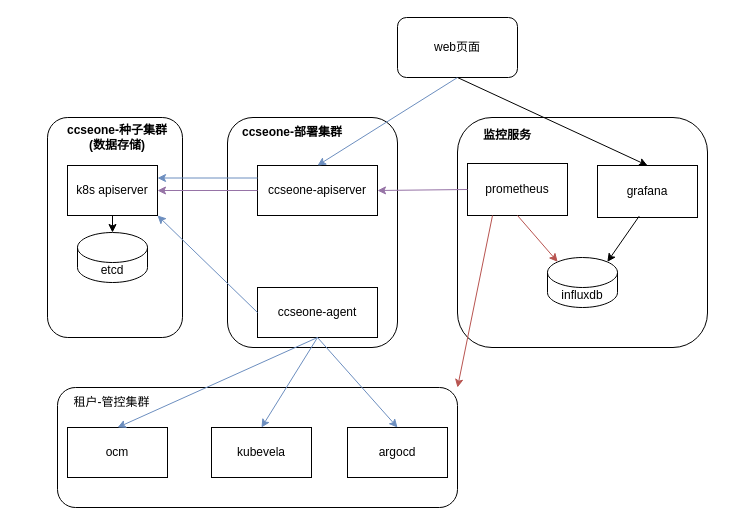
Tiny-VS-Lina/ccse keeps this draw.io diagram as page "监控" (6 of 8) of drawio/zz.drawio. Above is the earlier version. Source tidied: cells renumbered, new cells numbered last; positions are measured from the earlier drawing's top-left corner, leaving out a move shared by most shapes. Both pictures are drawn from the tidied source at 100%, with x=0, y=0 at pixel (47, 17).
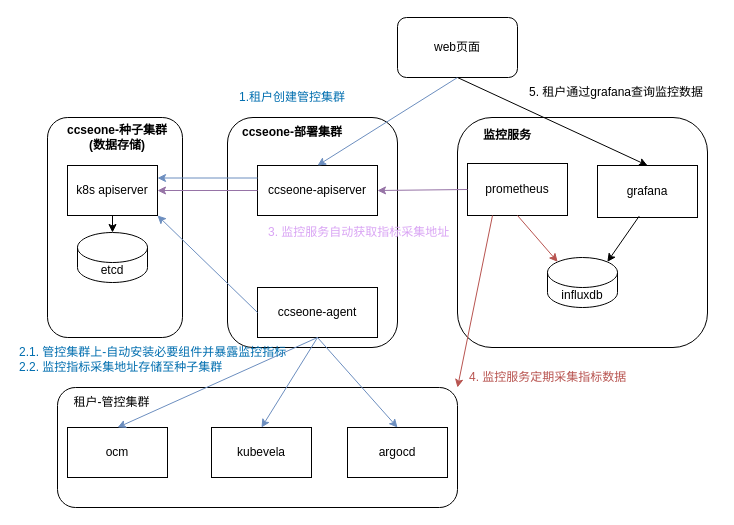
The same diagram, later.

Diff of the diagram source:
```diff
@@
+    <mxCell id="34" value="2.1.&amp;nbsp;管控集群上-自动安装必要组件并暴露监控指标&lt;br&gt;2.2. 监控指标采集地址存储至种子集群" style="text;html=1;strokeColor=none;fillColor=none;align=left;verticalAlign=middle;whiteSpace=wrap;rounded=0;fontColor=#006eaf;" parent="1" vertex="1">
+      <mxGeometry x="-30" y="322" width="273.5" height="40" as="geometry" />
+    </mxCell>
+    <mxCell id="35" value="1.租户创建管控集群" style="text;html=1;strokeColor=none;fillColor=none;align=left;verticalAlign=middle;whiteSpace=wrap;rounded=0;fontColor=#006eaf;" parent="1" vertex="1">
+      <mxGeometry x="190" y="60" width="130" height="40" as="geometry" />
+    </mxCell>
+    <mxCell id="36" value="3.&amp;nbsp;监控服务自动获取指标采集地址" style="text;html=1;strokeColor=none;fillColor=none;align=left;verticalAlign=middle;whiteSpace=wrap;rounded=0;fontColor=#d9a4f4;" parent="1" vertex="1">
+      <mxGeometry x="219" y="195" width="190" height="40" as="geometry" />
+    </mxCell>
+    <mxCell id="37" value="4.&amp;nbsp;监控服务定期采集指标数据" style="text;html=1;strokeColor=none;fillColor=none;align=left;verticalAlign=middle;whiteSpace=wrap;rounded=0;fontColor=#b85450;" parent="1" vertex="1">
+      <mxGeometry x="420" y="340" width="190" height="40" as="geometry" />
+    </mxCell>
+    <mxCell id="38" value="5.&amp;nbsp;租户通过grafana查询监控数据" style="text;html=1;strokeColor=none;fillColor=none;align=left;verticalAlign=middle;whiteSpace=wrap;rounded=0;fontColor=#000000;" parent="1" vertex="1">
+      <mxGeometry x="480" y="60" width="190" height="30" as="geometry" />
+    </mxCell>
```
